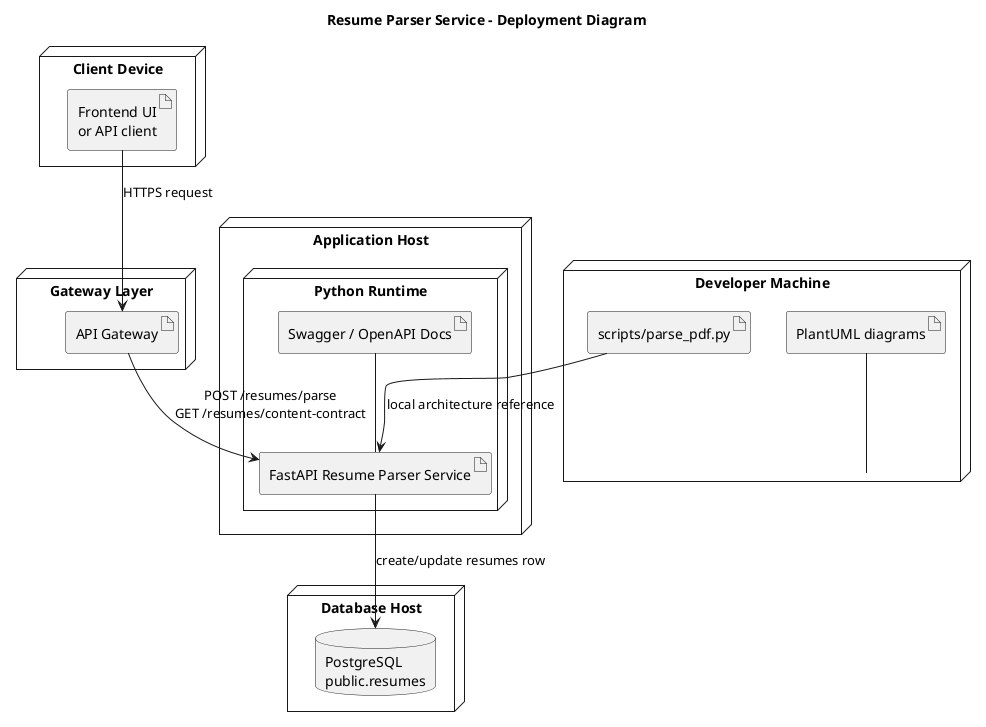
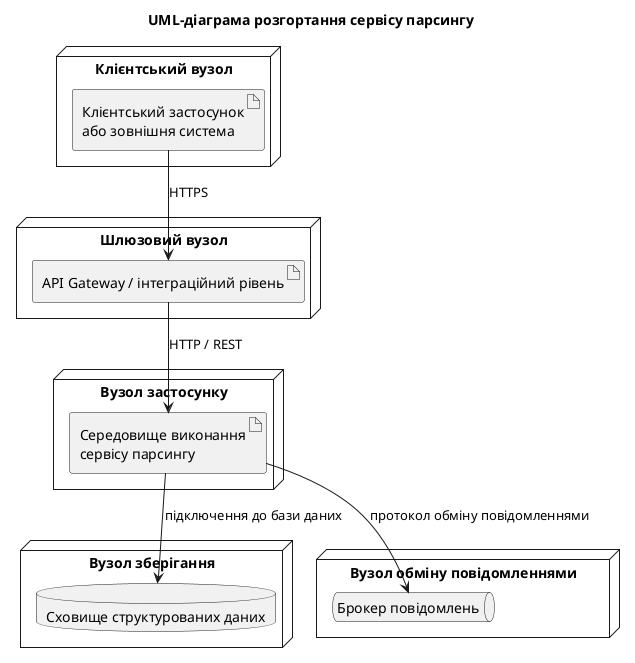
@startuml
- title Resume Parser Service - Deployment Diagram
+ title UML-діаграма розгортання сервісу парсингу

skinparam shadowing false

- node "Client Device" as ClientNode {
-   artifact "Frontend UI\nor API client" as Client
+ node "Клієнтський вузол" as ClientNode {
+   artifact "Клієнтський застосунок\nабо зовнішня система" as Client
}

- node "Gateway Layer" as GatewayNode {
-   artifact "API Gateway" as Gateway
+ node "Шлюзовий вузол" as GatewayNode {
+   artifact "API Gateway / інтеграційний рівень" as Gateway
}

- node "Application Host" as AppHost {
-   node "Python Runtime" as PythonNode {
-     artifact "FastAPI Resume Parser Service" as App
-     artifact "Swagger / OpenAPI Docs" as Docs
-   }
+ node "Вузол застосунку" as AppNode {
+   artifact "Середовище виконання\nсервісу парсингу" as ParserService
}

- node "Database Host" as DBHost {
-   database "PostgreSQL\npublic.resumes" as PG
+ node "Вузол зберігання" as StorageNode {
+   database "Сховище структурованих даних" as DataStore
}

- node "Developer Machine" as DevNode {
-   artifact "scripts/parse_pdf.py" as ParseScript
-   artifact "PlantUML diagrams" as UMLDocs
+ node "Вузол обміну повідомленнями" as MessagingNode {
+   queue "Брокер повідомлень" as Broker
}

- Client --> Gateway : HTTPS request
- Gateway --> App : POST /resumes/parse\nGET /resumes/content-contract
- App --> PG : create/update resumes row
- Docs -- App
- ParseScript --> App : local architecture reference
- UMLDocs -- DevNode
+ Client --> Gateway : HTTPS
+ Gateway --> ParserService : HTTP / REST
+ ParserService --> DataStore : підключення до бази даних
+ ParserService --> Broker : протокол обміну повідомленнями

@enduml
